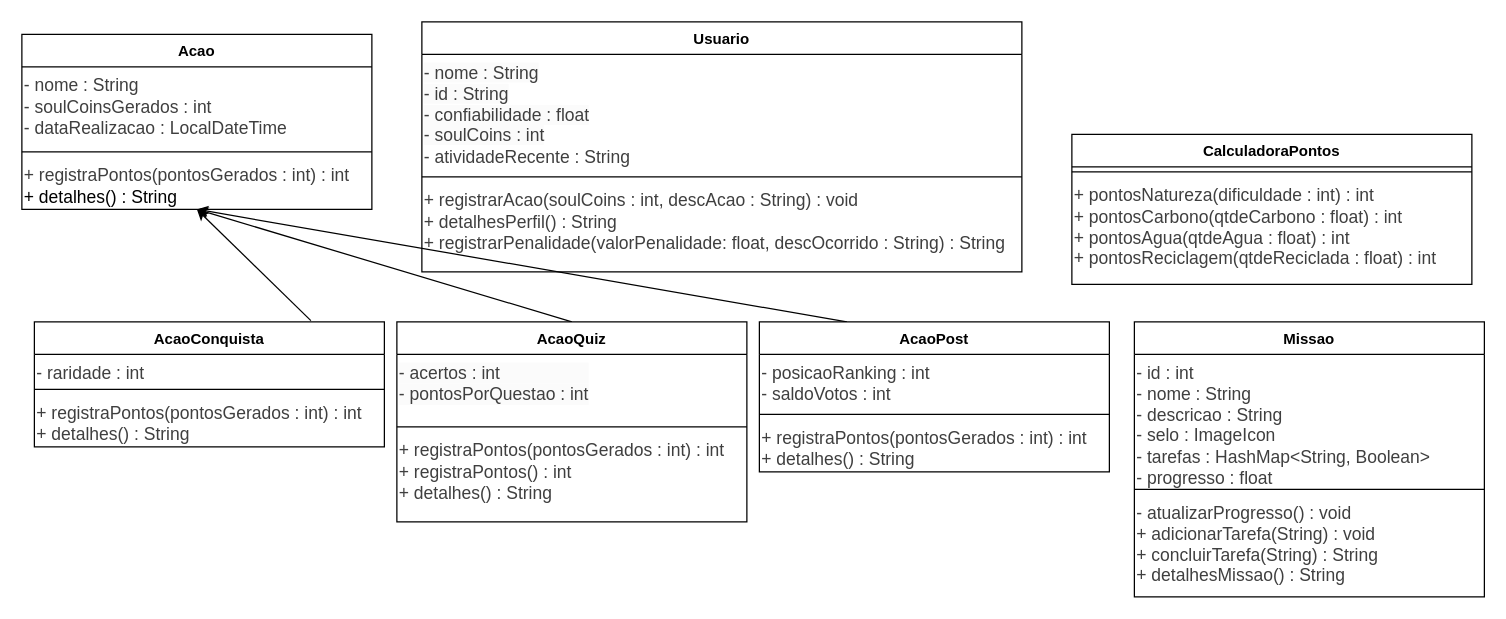
Above: diagrams/diagrama-classes.drawio in SolConTech/ecoscore-java-db (draw.io), before the change. Source tidied: cells renumbered, new cells numbered last; positions are measured from the earlier drawing's top-left corner, leaving out a move shared by most shapes. Both pictures are drawn from the tidied source at 125%, with x=0, y=0 at pixel (21, 21).
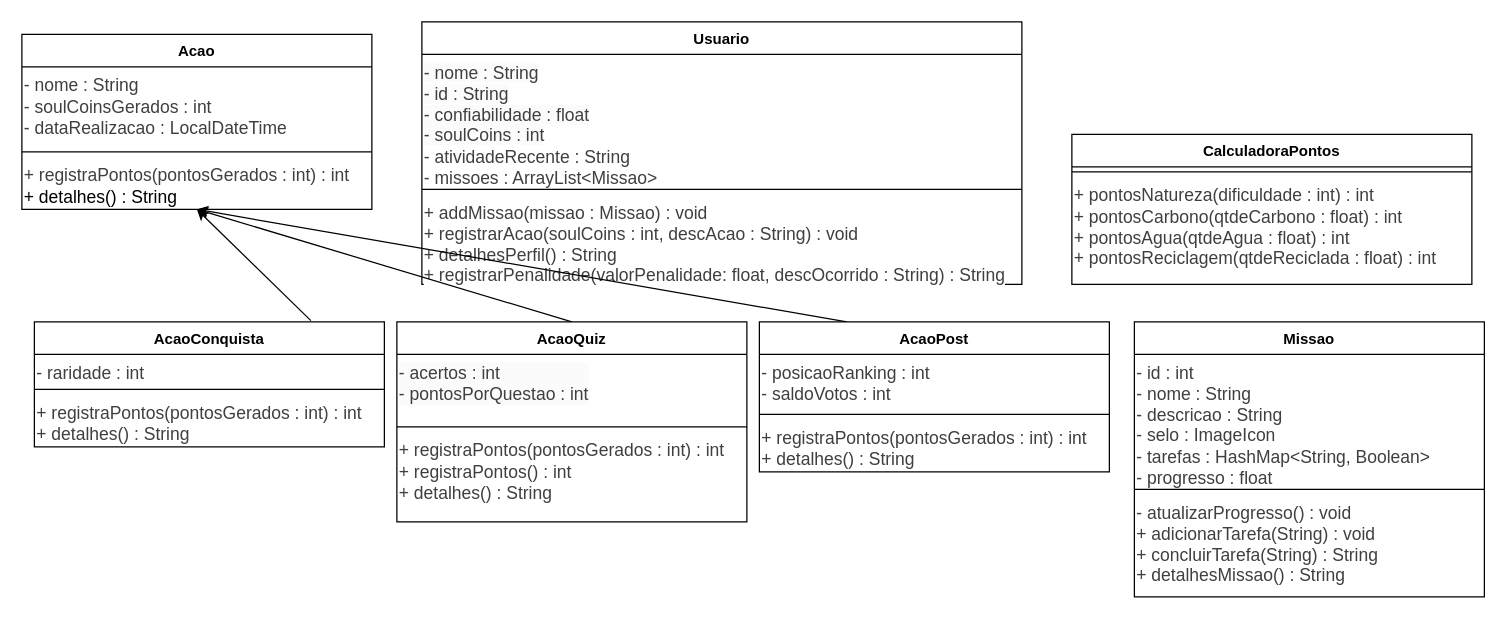
Above is the later version.

Commit message (it also covers changes not shown here):
feat: classe Usuario.java pode receber objetos Missao em uma lista para poder usar em atividades recentes e os selos.

What changed in the source:
```diff
@@
     <mxCell id="2" value="Usuario" style="swimlane;fontStyle=1;align=center;verticalAlign=top;horizontal=1;startSize=26;whiteSpace=wrap;html=1;" parent="1" vertex="1">
-      <mxGeometry x="320" width="480" height="200" as="geometry" />
+      <mxGeometry x="320" width="480" height="210" as="geometry" />
     </mxCell>
-    <mxCell id="3" value="&lt;span style=&quot;background-color: light-dark(#ffffff, var(--ge-dark-color, #121212));&quot;&gt;&lt;span style=&quot;color: rgb(63, 63, 63); font-family: Helvetica; font-size: 14px; font-style: normal; font-variant-ligatures: normal; font-variant-caps: normal; letter-spacing: normal; orphans: 2; text-align: -webkit-left; text-indent: 0px; text-transform: none; widows: 2; word-spacing: 0px; -webkit-text-stroke-width: 0px; white-space: normal; text-decoration-thickness: initial; text-decoration-style: initial; text-decoration-color: initial; float: none; display: inline !important; background-color: rgb(251, 251, 251);&quot;&gt;- nome : String&lt;/span&gt;&lt;br style=&quot;forced-color-adjust: none; color: rgb(63, 63, 63); scrollbar-color: rgb(226, 226, 226) rgb(251, 251, 251); font-family: Helvetica; font-size: 14px; font-style: normal; font-variant-ligatures: normal; font-variant-caps: normal; letter-spacing: normal; orphans: 2; text-align: -webkit-left; text-indent: 0px; text-transform: none; widows: 2; word-spacing: 0px; -webkit-text-stroke-width: 0px; white-space: normal; text-decoration-thickness: initial; text-decoration-style: initial; text-decoration-color: initial; background-color: rgb(251, 251, 251);&quot;&gt;&lt;span style=&quot;color: rgb(63, 63, 63); font-family: Helvetica; font-size: 14px; font-style: normal; font-variant-ligatures: normal; font-variant-caps: normal; letter-spacing: normal; orphans: 2; text-align: -webkit-left; text-indent: 0px; text-transform: none; widows: 2; word-spacing: 0px; -webkit-text-stroke-width: 0px; white-space: normal; text-decoration-thickness: initial; text-decoration-style: initial; text-decoration-color: initial; float: none; display: inline !important; background-color: rgb(251, 251, 251);&quot;&gt;- id : String&lt;/span&gt;&lt;br style=&quot;forced-color-adjust: none; color: rgb(63, 63, 63); scrollbar-color: rgb(226, 226, 226) rgb(251, 251, 251); font-family: Helvetica; font-size: 14px; font-style: normal; font-variant-ligatures: normal; font-variant-caps: normal; letter-spacing: normal; orphans: 2; text-align: -webkit-left; text-indent: 0px; text-transform: none; widows: 2; word-spacing: 0px; -webkit-text-stroke-width: 0px; white-space: normal; text-decoration-thickness: initial; text-decoration-style: initial; text-decoration-color: initial; background-color: rgb(251, 251, 251);&quot;&gt;&lt;span style=&quot;color: rgb(63, 63, 63); font-family: Helvetica; font-size: 14px; font-style: normal; font-variant-ligatures: normal; font-variant-caps: normal; letter-spacing: normal; orphans: 2; text-align: -webkit-left; text-indent: 0px; text-transform: none; widows: 2; word-spacing: 0px; -webkit-text-stroke-width: 0px; white-space: normal; text-decoration-thickness: initial; text-decoration-style: initial; text-decoration-color: initial; float: none; display: inline !important; background-color: rgb(251, 251, 251);&quot;&gt;- confiabilidade : float&lt;/span&gt;&lt;br style=&quot;forced-color-adjust: none; color: rgb(63, 63, 63); scrollbar-color: rgb(226, 226, 226) rgb(251, 251, 251); font-family: Helvetica; font-size: 14px; font-style: normal; font-variant-ligatures: normal; font-variant-caps: normal; letter-spacing: normal; orphans: 2; text-align: -webkit-left; text-indent: 0px; text-transform: none; widows: 2; word-spacing: 0px; -webkit-text-stroke-width: 0px; white-space: normal; text-decoration-thickness: initial; text-decoration-style: initial; text-decoration-color: initial; background-color: rgb(251, 251, 251);&quot;&gt;&lt;span style=&quot;color: rgb(63, 63, 63); font-family: Helvetica; font-size: 14px; font-style: normal; font-variant-ligatures: normal; font-variant-caps: normal; letter-spacing: normal; orphans: 2; text-align: -webkit-left; text-indent: 0px; text-transform: none; widows: 2; word-spacing: 0px; -webkit-text-stroke-width: 0px; white-space: normal; text-decoration-thickness: initial; text-decoration-style: initial; text-decoration-color: initial; float: none; display: inline !important; background-color: rgb(251, 251, 251);&quot;&gt;- soulCoins : int&lt;/span&gt;&lt;/span&gt;&lt;div&gt;&lt;div&gt;&lt;span style=&quot;color: rgb(63, 63, 63); font-family: Helvetica; font-size: 14px; font-style: normal; font-variant-ligatures: normal; font-variant-caps: normal; letter-spacing: normal; orphans: 2; text-align: -webkit-left; text-indent: 0px; text-transform: none; widows: 2; word-spacing: 0px; -webkit-text-stroke-width: 0px; white-space: normal; text-decoration-thickness: initial; text-decoration-style: initial; text-decoration-color: initial; float: none; background-color: light-dark(#ffffff, var(--ge-dark-color, #121212)); display: inline !important;&quot;&gt;- atividadeRecente : String&lt;/span&gt;&lt;br class=&quot;Apple-interchange-newline&quot;&gt;&lt;/div&gt;&lt;/div&gt;" style="text;whiteSpace=wrap;html=1;" parent="2" vertex="1">
-      <mxGeometry y="26" width="480" height="94" as="geometry" />
+    <mxCell id="3" value="&lt;span style=&quot;background-color: light-dark(#ffffff, var(--ge-dark-color, #121212));&quot;&gt;&lt;span style=&quot;color: rgb(63, 63, 63); font-family: Helvetica; font-size: 14px; font-style: normal; font-variant-ligatures: normal; font-variant-caps: normal; letter-spacing: normal; orphans: 2; text-align: -webkit-left; text-indent: 0px; text-transform: none; widows: 2; word-spacing: 0px; -webkit-text-stroke-width: 0px; white-space: normal; text-decoration-thickness: initial; text-decoration-style: initial; text-decoration-color: initial; float: none; background-color: rgb(251, 251, 251); display: inline !important;&quot;&gt;- nome : String&lt;/span&gt;&lt;br style=&quot;forced-color-adjust: none; color: rgb(63, 63, 63); scrollbar-color: rgb(226, 226, 226) rgb(251, 251, 251); font-family: Helvetica; font-size: 14px; font-style: normal; font-variant-ligatures: normal; font-variant-caps: normal; letter-spacing: normal; orphans: 2; text-align: -webkit-left; text-indent: 0px; text-transform: none; widows: 2; word-spacing: 0px; -webkit-text-stroke-width: 0px; white-space: normal; text-decoration-thickness: initial; text-decoration-style: initial; text-decoration-color: initial; background-color: rgb(251, 251, 251);&quot;&gt;&lt;span style=&quot;color: rgb(63, 63, 63); font-family: Helvetica; font-size: 14px; font-style: normal; font-variant-ligatures: normal; font-variant-caps: normal; letter-spacing: normal; orphans: 2; text-align: -webkit-left; text-indent: 0px; text-transform: none; widows: 2; word-spacing: 0px; -webkit-text-stroke-width: 0px; white-space: normal; text-decoration-thickness: initial; text-decoration-style: initial; text-decoration-color: initial; float: none; background-color: rgb(251, 251, 251); display: inline !important;&quot;&gt;- id : String&lt;/span&gt;&lt;br style=&quot;forced-color-adjust: none; color: rgb(63, 63, 63); scrollbar-color: rgb(226, 226, 226) rgb(251, 251, 251); font-family: Helvetica; font-size: 14px; font-style: normal; font-variant-ligatures: normal; font-variant-caps: normal; letter-spacing: normal; orphans: 2; text-align: -webkit-left; text-indent: 0px; text-transform: none; widows: 2; word-spacing: 0px; -webkit-text-stroke-width: 0px; white-space: normal; text-decoration-thickness: initial; text-decoration-style: initial; text-decoration-color: initial; background-color: rgb(251, 251, 251);&quot;&gt;&lt;span style=&quot;color: rgb(63, 63, 63); font-family: Helvetica; font-size: 14px; font-style: normal; font-variant-ligatures: normal; font-variant-caps: normal; letter-spacing: normal; orphans: 2; text-align: -webkit-left; text-indent: 0px; text-transform: none; widows: 2; word-spacing: 0px; -webkit-text-stroke-width: 0px; white-space: normal; text-decoration-thickness: initial; text-decoration-style: initial; text-decoration-color: initial; float: none; background-color: rgb(251, 251, 251); display: inline !important;&quot;&gt;- confiabilidade : float&lt;/span&gt;&lt;br style=&quot;forced-color-adjust: none; color: rgb(63, 63, 63); scrollbar-color: rgb(226, 226, 226) rgb(251, 251, 251); font-family: Helvetica; font-size: 14px; font-style: normal; font-variant-ligatures: normal; font-variant-caps: normal; letter-spacing: normal; orphans: 2; text-align: -webkit-left; text-indent: 0px; text-transform: none; widows: 2; word-spacing: 0px; -webkit-text-stroke-width: 0px; white-space: normal; text-decoration-thickness: initial; text-decoration-style: initial; text-decoration-color: initial; background-color: rgb(251, 251, 251);&quot;&gt;&lt;span style=&quot;color: rgb(63, 63, 63); font-family: Helvetica; font-size: 14px; font-style: normal; font-variant-ligatures: normal; font-variant-caps: normal; letter-spacing: normal; orphans: 2; text-align: -webkit-left; text-indent: 0px; text-transform: none; widows: 2; word-spacing: 0px; -webkit-text-stroke-width: 0px; white-space: normal; text-decoration-thickness: initial; text-decoration-style: initial; text-decoration-color: initial; float: none; background-color: rgb(251, 251, 251); display: inline !important;&quot;&gt;- soulCoins : int&lt;/span&gt;&lt;/span&gt;&lt;div&gt;&lt;div&gt;&lt;span style=&quot;color: rgb(63, 63, 63); font-family: Helvetica; font-size: 14px; font-style: normal; font-variant-ligatures: normal; font-variant-caps: normal; letter-spacing: normal; orphans: 2; text-align: -webkit-left; text-indent: 0px; text-transform: none; widows: 2; word-spacing: 0px; -webkit-text-stroke-width: 0px; white-space: normal; text-decoration-thickness: initial; text-decoration-style: initial; text-decoration-color: initial; float: none; background-color: light-dark(#ffffff, var(--ge-dark-color, #121212)); display: inline !important;&quot;&gt;- atividadeRecente : String&lt;/span&gt;&lt;br class=&quot;Apple-interchange-newline&quot;&gt;&lt;/div&gt;&lt;/div&gt;&lt;div&gt;&lt;span style=&quot;color: rgb(63, 63, 63); font-family: Helvetica; font-size: 14px; font-style: normal; font-variant-ligatures: normal; font-variant-caps: normal; letter-spacing: normal; orphans: 2; text-align: -webkit-left; text-indent: 0px; text-transform: none; widows: 2; word-spacing: 0px; -webkit-text-stroke-width: 0px; white-space: normal; text-decoration-thickness: initial; text-decoration-style: initial; text-decoration-color: initial; float: none; background-color: light-dark(#ffffff, var(--ge-dark-color, #121212)); display: inline !important;&quot;&gt;- missoes : ArrayList&amp;lt;Missao&amp;gt;&lt;/span&gt;&lt;/div&gt;" style="text;whiteSpace=wrap;html=1;" parent="2" vertex="1">
+      <mxGeometry y="26" width="480" height="104" as="geometry" />
     </mxCell>
     <mxCell id="4" style="line;strokeWidth=1;fillColor=none;align=left;verticalAlign=middle;spacingTop=-1;spacingLeft=3;spacingRight=3;labelPosition=right;strokeColor=inherit;" parent="2" vertex="1">
-      <mxGeometry y="120" width="480" height="8" as="geometry" />
+      <mxGeometry y="130" width="480" height="8" as="geometry" />
     </mxCell>
-    <mxCell id="5" value="&lt;span style=&quot;color: rgb(63, 63, 63); font-family: Helvetica; font-size: 14px; font-style: normal; font-variant-ligatures: normal; font-variant-caps: normal; letter-spacing: normal; orphans: 2; text-align: -webkit-left; text-indent: 0px; text-transform: none; widows: 2; word-spacing: 0px; -webkit-text-stroke-width: 0px; white-space: normal; text-decoration-thickness: initial; text-decoration-style: initial; text-decoration-color: initial; float: none; background-color: light-dark(#ffffff, var(--ge-dark-color, #121212)); display: inline !important;&quot;&gt;+ registrarAcao(soulCoins : int, descAcao : String) : void&lt;/span&gt;&lt;div&gt;&lt;div&gt;&lt;span style=&quot;color: rgb(63, 63, 63); font-family: Helvetica; font-size: 14px; font-style: normal; font-variant-ligatures: normal; font-variant-caps: normal; letter-spacing: normal; orphans: 2; text-align: -webkit-left; text-indent: 0px; text-transform: none; widows: 2; word-spacing: 0px; -webkit-text-stroke-width: 0px; white-space: normal; text-decoration-thickness: initial; text-decoration-style: initial; text-decoration-color: initial; float: none; background-color: light-dark(#ffffff, var(--ge-dark-color, #121212)); display: inline !important;&quot;&gt;+ detalhesPerfil() : String&lt;/span&gt;&lt;/div&gt;&lt;/div&gt;&lt;div&gt;&lt;span style=&quot;color: rgb(63, 63, 63); font-family: Helvetica; font-size: 14px; font-style: normal; font-variant-ligatures: normal; font-variant-caps: normal; letter-spacing: normal; orphans: 2; text-align: -webkit-left; text-indent: 0px; text-transform: none; widows: 2; word-spacing: 0px; -webkit-text-stroke-width: 0px; white-space: normal; text-decoration-thickness: initial; text-decoration-style: initial; text-decoration-color: initial; float: none; background-color: light-dark(#ffffff, var(--ge-dark-color, #121212)); display: inline !important;&quot;&gt;+ registrarPenalidade(valorPenalidade: float, descOcorrido : String) : String&lt;/span&gt;&lt;/div&gt;" style="text;whiteSpace=wrap;html=1;" parent="2" vertex="1">
-      <mxGeometry y="128" width="480" height="72" as="geometry" />
+    <mxCell id="5" value="&lt;div&gt;&lt;span style=&quot;color: rgb(63, 63, 63); font-family: Helvetica; font-size: 14px; font-style: normal; font-variant-ligatures: normal; font-variant-caps: normal; letter-spacing: normal; orphans: 2; text-align: -webkit-left; text-indent: 0px; text-transform: none; widows: 2; word-spacing: 0px; -webkit-text-stroke-width: 0px; white-space: normal; text-decoration-thickness: initial; text-decoration-style: initial; text-decoration-color: initial; float: none; background-color: light-dark(#ffffff, var(--ge-dark-color, #121212)); display: inline !important;&quot;&gt;+ addMissao(missao : Missao) : void&lt;/span&gt;&lt;/div&gt;&lt;span style=&quot;color: rgb(63, 63, 63); font-family: Helvetica; font-size: 14px; font-style: normal; font-variant-ligatures: normal; font-variant-caps: normal; letter-spacing: normal; orphans: 2; text-align: -webkit-left; text-indent: 0px; text-transform: none; widows: 2; word-spacing: 0px; -webkit-text-stroke-width: 0px; white-space: normal; text-decoration-thickness: initial; text-decoration-style: initial; text-decoration-color: initial; float: none; background-color: light-dark(#ffffff, var(--ge-dark-color, #121212)); display: inline !important;&quot;&gt;+ registrarAcao(soulCoins : int, descAcao : String) : void&lt;/span&gt;&lt;div&gt;&lt;div&gt;&lt;span style=&quot;color: rgb(63, 63, 63); font-family: Helvetica; font-size: 14px; font-style: normal; font-variant-ligatures: normal; font-variant-caps: normal; letter-spacing: normal; orphans: 2; text-align: -webkit-left; text-indent: 0px; text-transform: none; widows: 2; word-spacing: 0px; -webkit-text-stroke-width: 0px; white-space: normal; text-decoration-thickness: initial; text-decoration-style: initial; text-decoration-color: initial; float: none; background-color: light-dark(#ffffff, var(--ge-dark-color, #121212)); display: inline !important;&quot;&gt;+ detalhesPerfil() : String&lt;/span&gt;&lt;/div&gt;&lt;/div&gt;&lt;div&gt;&lt;span style=&quot;color: rgb(63, 63, 63); font-family: Helvetica; font-size: 14px; font-style: normal; font-variant-ligatures: normal; font-variant-caps: normal; letter-spacing: normal; orphans: 2; text-align: -webkit-left; text-indent: 0px; text-transform: none; widows: 2; word-spacing: 0px; -webkit-text-stroke-width: 0px; white-space: normal; text-decoration-thickness: initial; text-decoration-style: initial; text-decoration-color: initial; float: none; background-color: light-dark(#ffffff, var(--ge-dark-color, #121212)); display: inline !important;&quot;&gt;+ registrarPenalidade(valorPenalidade: float, descOcorrido : String) : String&lt;/span&gt;&lt;/div&gt;" style="text;whiteSpace=wrap;html=1;" parent="2" vertex="1">
+      <mxGeometry y="138" width="480" height="72" as="geometry" />
     </mxCell>
```
